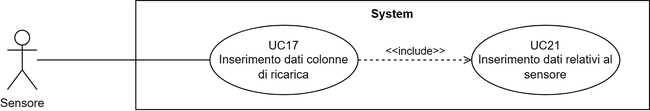
Above: src/3_PB/AnalisiDeiRequisiti/assets/UML/UC17_Inserimento-dati-colonne-di-ricarica.png in SWATEngineering/Docs (draw.io), before the change. Source tidied: cells renumbered, new cells last; positions are measured from the earlier drawing's top-left corner, leaving out a move shared by most shapes. Its diagram source:
```xml
<mxGraphModel>
  <root>
    <mxCell id="0" />
    <mxCell id="1" parent="0" />
    <mxCell id="2" value="Sensore" style="shape=umlActor;verticalLabelPosition=bottom;verticalAlign=top;html=1;outlineConnect=0;" parent="1" vertex="1">
      <mxGeometry y="30" width="30" height="60" as="geometry" />
    </mxCell>
    <mxCell id="3" value="System" style="shape=rect;html=1;verticalAlign=top;fontStyle=1;whiteSpace=wrap;align=center;" parent="1" vertex="1">
      <mxGeometry x="130" width="520" height="110" as="geometry" />
    </mxCell>
    <mxCell id="4" value="UC17&lt;br&gt;Inserimento dati colonne&lt;br&gt;di ricarica" style="ellipse;whiteSpace=wrap;html=1;" parent="1" vertex="1">
      <mxGeometry x="205" y="25" width="150" height="70" as="geometry" />
    </mxCell>
    <mxCell id="5" style="edgeStyle=none;html=1;endArrow=none;verticalAlign=bottom;rounded=0;" parent="1" edge="1" source="2" target="4">
      <mxGeometry relative="1" as="geometry" />
    </mxCell>
    <mxCell id="6" value="UC21&lt;br&gt;Inserimento dati relativi al sensore" style="ellipse;whiteSpace=wrap;html=1;" parent="1" vertex="1">
      <mxGeometry x="470" y="25" width="150" height="70" as="geometry" />
    </mxCell>
    <mxCell id="7" value="&amp;lt;&amp;lt;include&amp;gt;&amp;gt;" style="edgeStyle=none;html=1;endArrow=open;verticalAlign=bottom;dashed=1;labelBackgroundColor=none;rounded=0;" parent="1" edge="1" source="4" target="6">
      <mxGeometry relative="1" as="geometry" />
    </mxCell>
  </root>
</mxGraphModel>
```
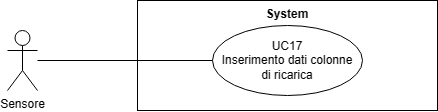
The same file after the commit.

Diff of the diagram source:
```diff
@@ -2,23 +2,17 @@
   <root>
     <mxCell id="0" />
     <mxCell id="1" parent="0" />
-    <mxCell id="2" value="Sensore" style="shape=umlActor;verticalLabelPosition=bottom;verticalAlign=top;html=1;outlineConnect=0;" parent="1" vertex="1">
-      <mxGeometry y="30" width="30" height="60" as="geometry" />
+    <mxCell id="2" value="System" style="shape=rect;html=1;verticalAlign=top;fontStyle=1;whiteSpace=wrap;align=center;" parent="1" vertex="1">
+      <mxGeometry x="130" y="325" width="300" height="110" as="geometry" />
     </mxCell>
-    <mxCell id="3" value="System" style="shape=rect;html=1;verticalAlign=top;fontStyle=1;whiteSpace=wrap;align=center;" parent="1" vertex="1">
-      <mxGeometry x="130" width="520" height="110" as="geometry" />
+    <mxCell id="3" value="Sensore" style="shape=umlActor;verticalLabelPosition=bottom;verticalAlign=top;html=1;outlineConnect=0;" parent="1" vertex="1">
+      <mxGeometry y="355" width="30" height="60" as="geometry" />
     </mxCell>
     <mxCell id="4" value="UC17&lt;br&gt;Inserimento dati colonne&lt;br&gt;di ricarica" style="ellipse;whiteSpace=wrap;html=1;" parent="1" vertex="1">
-      <mxGeometry x="205" y="25" width="150" height="70" as="geometry" />
+      <mxGeometry x="205" y="350" width="150" height="70" as="geometry" />
     </mxCell>
-    <mxCell id="5" style="edgeStyle=none;html=1;endArrow=none;verticalAlign=bottom;rounded=0;" parent="1" edge="1" source="2" target="4">
+    <mxCell id="5" style="edgeStyle=none;html=1;endArrow=none;verticalAlign=bottom;rounded=0;" parent="1" edge="1" source="3" target="4">
       <mxGeometry relative="1" as="geometry" />
     </mxCell>
-    <mxCell id="6" value="UC21&lt;br&gt;Inserimento dati relativi al sensore" style="ellipse;whiteSpace=wrap;html=1;" parent="1" vertex="1">
-      <mxGeometry x="470" y="25" width="150" height="70" as="geometry" />
-    </mxCell>
-    <mxCell id="7" value="&amp;lt;&amp;lt;include&amp;gt;&amp;gt;" style="edgeStyle=none;html=1;endArrow=open;verticalAlign=bottom;dashed=1;labelBackgroundColor=none;rounded=0;" parent="1" edge="1" source="4" target="6">
-      <mxGeometry relative="1" as="geometry" />
-    </mxCell>
   </root>
 </mxGraphModel>
```
